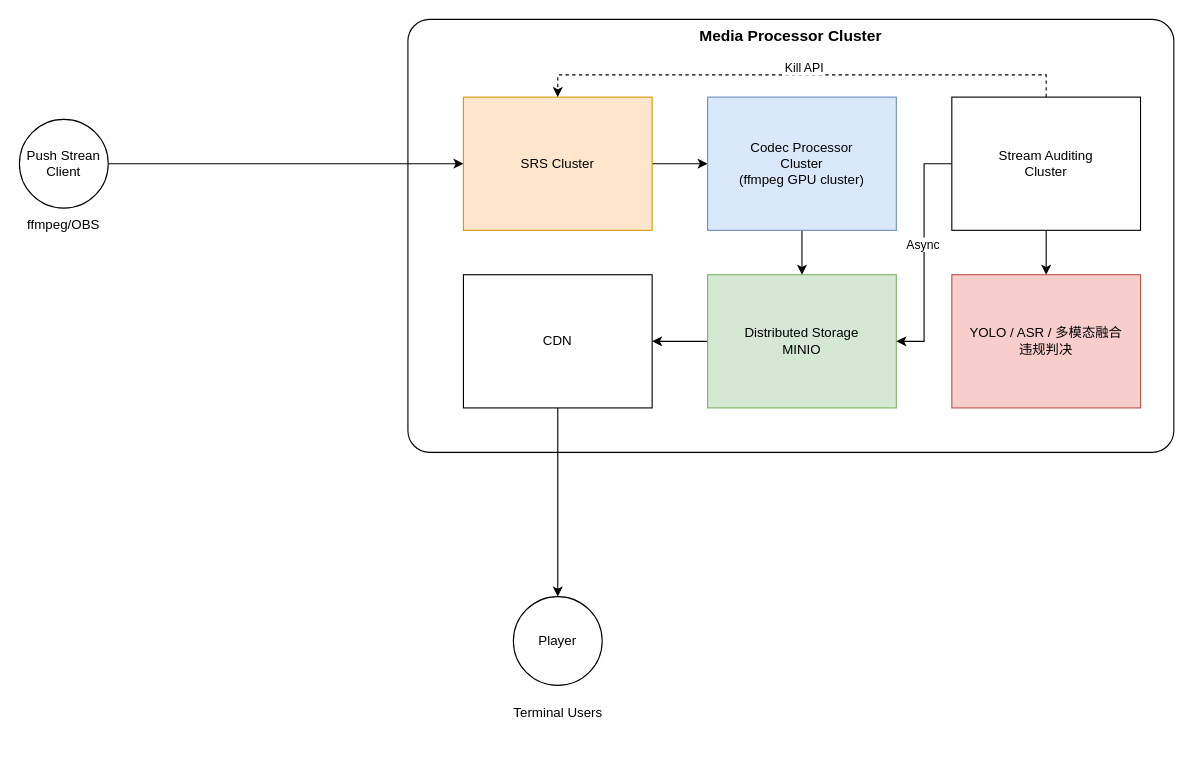
The draw.io diagram zhibo.drawio in gengjie/aws_architecture, before the edit. Source tidied: cells renumbered, new cells numbered last; positions are measured from the earlier drawing's top-left corner, leaving out a move shared by most shapes. Both pictures are drawn from the tidied source at 111%, with x=0, y=0 at pixel (19, 19).
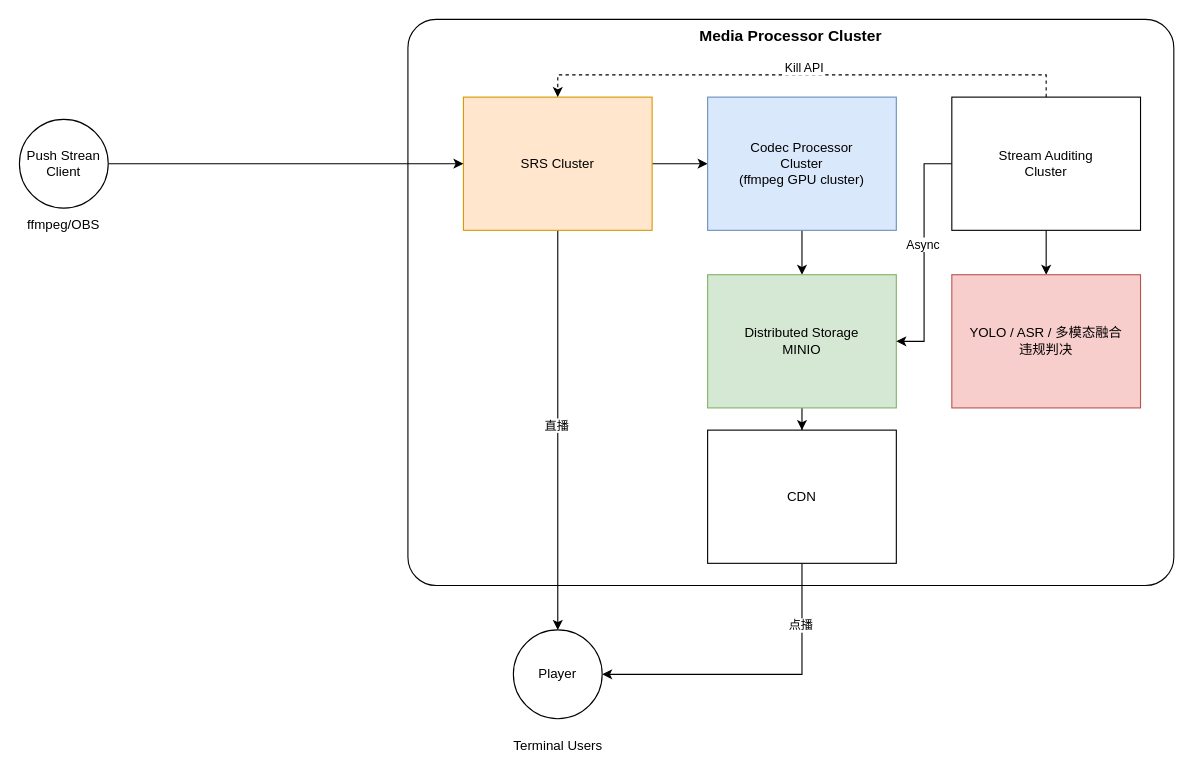
Above is the later version.

Unchanged cells that the change refers to:
```xml
<mxCell id="4" value="SRS Cluster" style="rounded=0;whiteSpace=wrap;html=1;fillColor=#ffe6cc;strokeColor=#d79b00;" parent="1" vertex="1">
  <mxGeometry x="400" y="70" width="170" height="120" as="geometry" />
</mxCell>
```

Change to the diagram source:
```diff
@@
     <mxCell id="2" value="Media Processor Cluster" style="rounded=1;whiteSpace=wrap;html=1;verticalAlign=top;arcSize=5;fontStyle=1;fontSize=14;" parent="1" vertex="1">
-      <mxGeometry x="350" width="690" height="390" as="geometry" />
+      <mxGeometry x="350" width="690" height="510" as="geometry" />
     </mxCell>
@@
+    <mxCell id="23" style="edgeStyle=orthogonalEdgeStyle;rounded=0;jettySize=auto;html=1;entryX=0.5;entryY=0;entryDx=0;entryDy=0;" parent="1" edge="1" source="4" target="20">
+      <mxGeometry relative="1" as="geometry" />
+    </mxCell>
+    <mxCell id="24" value="直播" style="edgeLabel;html=1;align=center;verticalAlign=middle;" parent="23" vertex="1">
+      <mxGeometry x="-0.03" y="-2" relative="1" as="geometry" />
+    </mxCell>
@@
-    <mxCell id="12" style="edgeStyle=orthogonalEdgeStyle;rounded=0;jettySize=auto;html=1;entryX=0.5;entryY=0;entryDx=0;entryDy=0;" parent="1" edge="1" source="13" target="20">
-      <mxGeometry relative="1" as="geometry" />
+    <mxCell id="12" style="edgeStyle=orthogonalEdgeStyle;rounded=0;jettySize=auto;html=1;entryX=1;entryY=0.5;entryDx=0;entryDy=0;" parent="1" edge="1" source="13" target="20">
+      <mxGeometry relative="1" as="geometry">
+        <Array as="points">
+          <mxPoint x="705" y="590" />
+        </Array>
+      </mxGeometry>
     </mxCell>
+    <mxCell id="25" value="点播" style="edgeLabel;html=1;align=center;verticalAlign=middle;" parent="12" vertex="1">
+      <mxGeometry x="-0.61" y="-2" relative="1" as="geometry" />
+    </mxCell>
     <mxCell id="13" value="CDN" style="rounded=0;whiteSpace=wrap;html=1;" parent="1" vertex="1">
-      <mxGeometry x="400" y="230" width="170" height="120" as="geometry" />
+      <mxGeometry x="620" y="370" width="170" height="120" as="geometry" />
     </mxCell>
@@
     <mxCell id="20" value="Player" style="ellipse;whiteSpace=wrap;html=1;" parent="1" vertex="1">
-      <mxGeometry x="445" y="520" width="80" height="80" as="geometry" />
+      <mxGeometry x="445" y="550" width="80" height="80" as="geometry" />
     </mxCell>
     <mxCell id="21" value="Terminal Users" style="text;html=1;align=center;verticalAlign=middle;whiteSpace=wrap;rounded=0;" parent="1" vertex="1">
-      <mxGeometry x="442.5" y="610" width="85" height="30" as="geometry" />
+      <mxGeometry x="442.5" y="640" width="85" height="30" as="geometry" />
     </mxCell>
```
